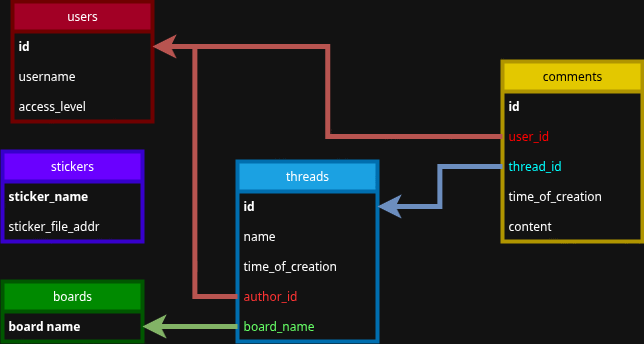
Above: holywar_db.png in 8leg/holywar_stack_exchange (draw.io), before the change. Source tidied: cells renumbered, new cells last; positions are measured from the earlier drawing's top-left corner, leaving out a move shared by most shapes. Its diagram source:
```xml
<mxGraphModel>
  <root>
    <mxCell id="0" />
    <mxCell id="1" parent="0" />
    <mxCell id="2" value="boards" style="swimlane;fontStyle=0;horizontal=1;startSize=30;whiteSpace=wrap;html=1;fillColor=#008a00;fontColor=#ffffff;strokeColor=#005700;strokeWidth=4;" parent="1" vertex="1">
      <mxGeometry y="280" width="140" height="60" as="geometry" />
    </mxCell>
    <mxCell id="3" value="&lt;b&gt;board name&lt;/b&gt;" style="text;strokeColor=none;fillColor=none;align=left;verticalAlign=middle;spacingLeft=4;spacingRight=4;overflow=hidden;points=[[0,0.5],[1,0.5]];portConstraint=eastwest;whiteSpace=wrap;html=1;" parent="2" vertex="1">
      <mxGeometry y="30" width="140" height="30" as="geometry" />
    </mxCell>
    <mxCell id="4" value="threads" style="swimlane;fontStyle=0;horizontal=1;startSize=30;whiteSpace=wrap;html=1;fillColor=#1ba1e2;strokeColor=#006EAF;fontColor=#ffffff;strokeWidth=4;" parent="1" vertex="1">
      <mxGeometry x="235" y="160" width="140" height="180" as="geometry" />
    </mxCell>
    <mxCell id="5" value="&lt;b&gt;id&lt;/b&gt;" style="text;strokeColor=none;fillColor=none;align=left;verticalAlign=middle;spacingLeft=4;spacingRight=4;overflow=hidden;points=[[0,0.5],[1,0.5]];portConstraint=eastwest;whiteSpace=wrap;html=1;perimeterSpacing=0;strokeWidth=1;" parent="4" vertex="1">
      <mxGeometry y="30" width="140" height="30" as="geometry" />
    </mxCell>
    <mxCell id="6" value="name" style="text;strokeColor=none;fillColor=none;align=left;verticalAlign=middle;spacingLeft=4;spacingRight=4;overflow=hidden;whiteSpace=wrap;html=1;" parent="4" vertex="1">
      <mxGeometry y="60" width="140" height="30" as="geometry" />
    </mxCell>
    <mxCell id="7" value="time_of_creation" style="text;strokeColor=none;fillColor=none;align=left;verticalAlign=middle;spacingLeft=4;spacingRight=4;overflow=hidden;whiteSpace=wrap;html=1;" parent="4" vertex="1">
      <mxGeometry y="90" width="140" height="30" as="geometry" />
    </mxCell>
    <mxCell id="8" value="&lt;font style=&quot;color: rgb(255, 51, 51);&quot;&gt;author_id&lt;/font&gt;" style="text;strokeColor=none;fillColor=none;align=left;verticalAlign=middle;spacingLeft=4;spacingRight=4;overflow=hidden;points=[[0,0.5],[1,0.5]];portConstraint=eastwest;whiteSpace=wrap;html=1;" parent="4" vertex="1">
      <mxGeometry y="120" width="140" height="30" as="geometry" />
    </mxCell>
    <mxCell id="9" value="&lt;font style=&quot;color: rgb(102, 255, 102);&quot;&gt;board_name&lt;/font&gt;" style="text;strokeColor=none;fillColor=none;align=left;verticalAlign=middle;spacingLeft=4;spacingRight=4;overflow=hidden;points=[[0,0.5],[1,0.5]];portConstraint=eastwest;whiteSpace=wrap;html=1;" parent="4" vertex="1">
      <mxGeometry y="150" width="140" height="30" as="geometry" />
    </mxCell>
    <mxCell id="10" value="comments" style="swimlane;fontStyle=0;horizontal=1;startSize=30;whiteSpace=wrap;html=1;fillColor=#e3c800;fontColor=#000000;strokeColor=#B09500;strokeWidth=4;" parent="1" vertex="1">
      <mxGeometry x="500" y="60" width="140" height="180" as="geometry" />
    </mxCell>
    <mxCell id="11" value="&lt;b&gt;id&lt;/b&gt;" style="text;strokeColor=none;fillColor=none;align=left;verticalAlign=middle;spacingLeft=4;spacingRight=4;overflow=hidden;whiteSpace=wrap;html=1;" parent="10" vertex="1">
      <mxGeometry y="30" width="140" height="30" as="geometry" />
    </mxCell>
    <mxCell id="12" value="&lt;font style=&quot;color: rgb(255, 0, 0);&quot;&gt;user_id&lt;/font&gt;" style="text;strokeColor=none;fillColor=none;align=left;verticalAlign=middle;spacingLeft=4;spacingRight=4;overflow=hidden;points=[[0,0.5],[1,0.5]];portConstraint=eastwest;whiteSpace=wrap;html=1;" parent="10" vertex="1">
      <mxGeometry y="60" width="140" height="30" as="geometry" />
    </mxCell>
    <mxCell id="13" value="&lt;font style=&quot;color: rgb(0, 255, 255);&quot;&gt;thread_id&lt;/font&gt;" style="text;strokeColor=none;fillColor=none;align=left;verticalAlign=middle;spacingLeft=4;spacingRight=4;overflow=hidden;points=[[0,0.5],[1,0.5]];portConstraint=eastwest;whiteSpace=wrap;html=1;" parent="10" vertex="1">
      <mxGeometry y="90" width="140" height="30" as="geometry" />
    </mxCell>
    <mxCell id="14" value="time_of_creation" style="text;strokeColor=none;fillColor=none;align=left;verticalAlign=middle;spacingLeft=4;spacingRight=4;overflow=hidden;whiteSpace=wrap;html=1;" parent="10" vertex="1">
      <mxGeometry y="120" width="140" height="30" as="geometry" />
    </mxCell>
    <mxCell id="15" value="content" style="text;strokeColor=none;fillColor=none;align=left;verticalAlign=middle;spacingLeft=4;spacingRight=4;overflow=hidden;whiteSpace=wrap;html=1;" parent="10" vertex="1">
      <mxGeometry y="150" width="140" height="30" as="geometry" />
    </mxCell>
    <mxCell id="16" style="edgeStyle=elbowEdgeStyle;elbow=horizontal;endArrow=classic;html=1;curved=0;rounded=0;endSize=8;startSize=8;exitX=0;exitY=0.5;exitDx=0;exitDy=0;entryX=1;entryY=0.5;entryDx=0;entryDy=0;fillColor=#d5e8d4;strokeColor=#82b366;strokeWidth=5;" parent="1" edge="1" source="9" target="3">
      <mxGeometry relative="1" as="geometry" />
    </mxCell>
    <mxCell id="17" style="edgeStyle=elbowEdgeStyle;elbow=horizontal;endArrow=classic;html=1;curved=0;rounded=0;endSize=8;startSize=8;entryX=1;entryY=0.5;entryDx=0;entryDy=0;exitX=0;exitY=0.5;exitDx=0;exitDy=0;fillColor=#dae8fc;strokeColor=#6c8ebf;strokeWidth=5;" parent="1" edge="1" source="13" target="5">
      <mxGeometry relative="1" as="geometry" />
    </mxCell>
    <mxCell id="18" value="users" style="swimlane;fontStyle=0;horizontal=1;startSize=30;whiteSpace=wrap;html=1;fillColor=#a20025;strokeColor=#6F0000;fontColor=#ffffff;strokeWidth=4;" parent="1" vertex="1">
      <mxGeometry x="10" width="140" height="120" as="geometry" />
    </mxCell>
    <mxCell id="19" value="&lt;b&gt;id&lt;/b&gt;" style="text;strokeColor=none;fillColor=none;align=left;verticalAlign=middle;spacingLeft=4;spacingRight=4;overflow=hidden;points=[[0,0.5],[1,0.5]];portConstraint=eastwest;whiteSpace=wrap;html=1;" parent="18" vertex="1">
      <mxGeometry y="30" width="140" height="30" as="geometry" />
    </mxCell>
    <mxCell id="20" value="username" style="text;strokeColor=none;fillColor=none;align=left;verticalAlign=middle;spacingLeft=4;spacingRight=4;overflow=hidden;whiteSpace=wrap;html=1;" parent="18" vertex="1">
      <mxGeometry y="60" width="140" height="30" as="geometry" />
    </mxCell>
    <mxCell id="21" value="access_level" style="text;strokeColor=none;fillColor=none;align=left;verticalAlign=middle;spacingLeft=4;spacingRight=4;overflow=hidden;whiteSpace=wrap;html=1;" parent="18" vertex="1">
      <mxGeometry y="90" width="140" height="30" as="geometry" />
    </mxCell>
    <mxCell id="22" style="edgeStyle=elbowEdgeStyle;elbow=horizontal;endArrow=classic;html=1;curved=0;rounded=0;endSize=8;startSize=8;fillColor=#f8cecc;strokeColor=#b85450;entryX=1;entryY=0.5;entryDx=0;entryDy=0;exitX=0;exitY=0.5;exitDx=0;exitDy=0;strokeWidth=5;" parent="1" edge="1" source="8" target="19">
      <mxGeometry relative="1" as="geometry" />
    </mxCell>
    <mxCell id="23" style="edgeStyle=elbowEdgeStyle;elbow=horizontal;endArrow=classic;html=1;curved=0;rounded=0;endSize=8;startSize=8;fillColor=#f8cecc;strokeColor=#b85450;entryX=1;entryY=0.5;entryDx=0;entryDy=0;exitX=0;exitY=0.5;exitDx=0;exitDy=0;strokeWidth=5;" parent="1" edge="1" source="12" target="19">
      <mxGeometry relative="1" as="geometry" />
    </mxCell>
    <mxCell id="24" value="stickers" style="swimlane;fontStyle=0;horizontal=1;startSize=30;whiteSpace=wrap;html=1;fillColor=#6a00ff;fontColor=#ffffff;strokeColor=#3700CC;strokeWidth=4;" parent="1" vertex="1">
      <mxGeometry y="150" width="140" height="90" as="geometry" />
    </mxCell>
    <mxCell id="25" value="&lt;b&gt;sticker_name&lt;/b&gt;" style="text;strokeColor=none;fillColor=none;align=left;verticalAlign=middle;spacingLeft=4;spacingRight=4;overflow=hidden;whiteSpace=wrap;html=1;" parent="24" vertex="1">
      <mxGeometry y="30" width="140" height="30" as="geometry" />
    </mxCell>
    <mxCell id="26" value="sticker_file_addr" style="text;strokeColor=none;fillColor=none;align=left;verticalAlign=middle;spacingLeft=4;spacingRight=4;overflow=hidden;whiteSpace=wrap;html=1;" parent="24" vertex="1">
      <mxGeometry y="60" width="140" height="30" as="geometry" />
    </mxCell>
  </root>
</mxGraphModel>
```
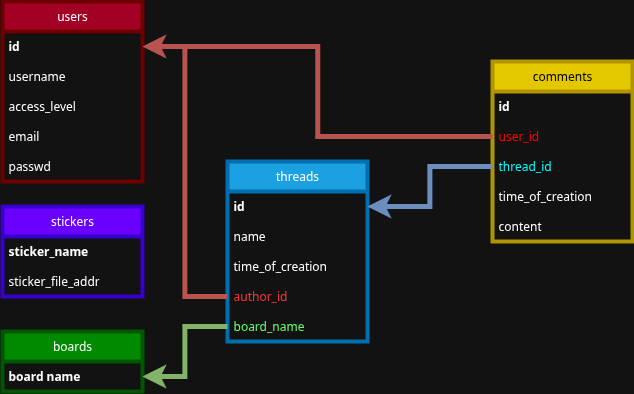
The same diagram one commit later.

Commit message:
tweaking users table to add verification information

Change to the diagram source:
```diff
@@ -3,7 +3,7 @@
     <mxCell id="0" />
     <mxCell id="1" parent="0" />
     <mxCell id="2" value="boards" style="swimlane;fontStyle=0;horizontal=1;startSize=30;whiteSpace=wrap;html=1;fillColor=#008a00;fontColor=#ffffff;strokeColor=#005700;strokeWidth=4;" parent="1" vertex="1">
-      <mxGeometry y="280" width="140" height="60" as="geometry" />
+      <mxGeometry x="10" y="330" width="140" height="60" as="geometry" />
     </mxCell>
     <mxCell id="3" value="&lt;b&gt;board name&lt;/b&gt;" style="text;strokeColor=none;fillColor=none;align=left;verticalAlign=middle;spacingLeft=4;spacingRight=4;overflow=hidden;points=[[0,0.5],[1,0.5]];portConstraint=eastwest;whiteSpace=wrap;html=1;" parent="2" vertex="1">
       <mxGeometry y="30" width="140" height="30" as="geometry" />
@@ -51,7 +51,7 @@
       <mxGeometry relative="1" as="geometry" />
     </mxCell>
     <mxCell id="18" value="users" style="swimlane;fontStyle=0;horizontal=1;startSize=30;whiteSpace=wrap;html=1;fillColor=#a20025;strokeColor=#6F0000;fontColor=#ffffff;strokeWidth=4;" parent="1" vertex="1">
-      <mxGeometry x="10" width="140" height="120" as="geometry" />
+      <mxGeometry x="10" width="140" height="180" as="geometry" />
     </mxCell>
     <mxCell id="19" value="&lt;b&gt;id&lt;/b&gt;" style="text;strokeColor=none;fillColor=none;align=left;verticalAlign=middle;spacingLeft=4;spacingRight=4;overflow=hidden;points=[[0,0.5],[1,0.5]];portConstraint=eastwest;whiteSpace=wrap;html=1;" parent="18" vertex="1">
       <mxGeometry y="30" width="140" height="30" as="geometry" />
@@ -62,6 +62,12 @@
     <mxCell id="21" value="access_level" style="text;strokeColor=none;fillColor=none;align=left;verticalAlign=middle;spacingLeft=4;spacingRight=4;overflow=hidden;whiteSpace=wrap;html=1;" parent="18" vertex="1">
       <mxGeometry y="90" width="140" height="30" as="geometry" />
     </mxCell>
+    <mxCell id="27" value="email" style="text;strokeColor=none;fillColor=none;align=left;verticalAlign=middle;spacingLeft=4;spacingRight=4;overflow=hidden;whiteSpace=wrap;html=1;" parent="18" vertex="1">
+      <mxGeometry y="120" width="140" height="30" as="geometry" />
+    </mxCell>
+    <mxCell id="28" value="passwd" style="text;strokeColor=none;fillColor=none;align=left;verticalAlign=middle;spacingLeft=4;spacingRight=4;overflow=hidden;whiteSpace=wrap;html=1;" parent="18" vertex="1">
+      <mxGeometry y="150" width="140" height="30" as="geometry" />
+    </mxCell>
     <mxCell id="22" style="edgeStyle=elbowEdgeStyle;elbow=horizontal;endArrow=classic;html=1;curved=0;rounded=0;endSize=8;startSize=8;fillColor=#f8cecc;strokeColor=#b85450;entryX=1;entryY=0.5;entryDx=0;entryDy=0;exitX=0;exitY=0.5;exitDx=0;exitDy=0;strokeWidth=5;" parent="1" edge="1" source="8" target="19">
       <mxGeometry relative="1" as="geometry" />
     </mxCell>
@@ -69,7 +75,7 @@
       <mxGeometry relative="1" as="geometry" />
     </mxCell>
     <mxCell id="24" value="stickers" style="swimlane;fontStyle=0;horizontal=1;startSize=30;whiteSpace=wrap;html=1;fillColor=#6a00ff;fontColor=#ffffff;strokeColor=#3700CC;strokeWidth=4;" parent="1" vertex="1">
-      <mxGeometry y="150" width="140" height="90" as="geometry" />
+      <mxGeometry x="10" y="205" width="140" height="90" as="geometry" />
     </mxCell>
     <mxCell id="25" value="&lt;b&gt;sticker_name&lt;/b&gt;" style="text;strokeColor=none;fillColor=none;align=left;verticalAlign=middle;spacingLeft=4;spacingRight=4;overflow=hidden;whiteSpace=wrap;html=1;" parent="24" vertex="1">
       <mxGeometry y="30" width="140" height="30" as="geometry" />
```
